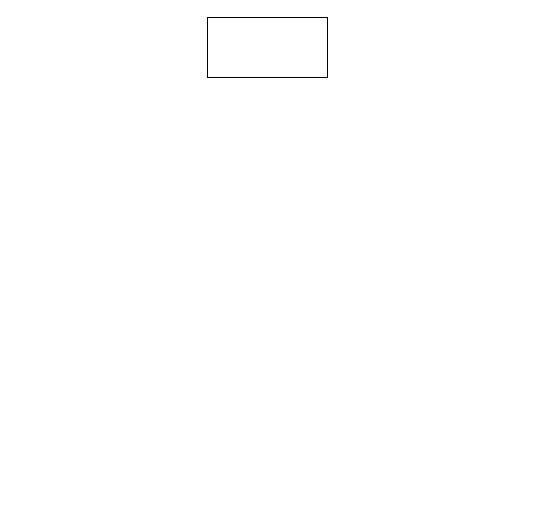
mohammedal-ess/ICS3U-Unit3-Unit3-05-Python keeps this draw.io diagram as TopDown.drawio. Above is the earlier version. Source tidied: cells renumbered, new cells numbered last; positions are measured from the earlier drawing's top-left corner, leaving out a move shared by most shapes. Both pictures are drawn from the tidied source at 100%, with x=0, y=0 at pixel (207, 17).
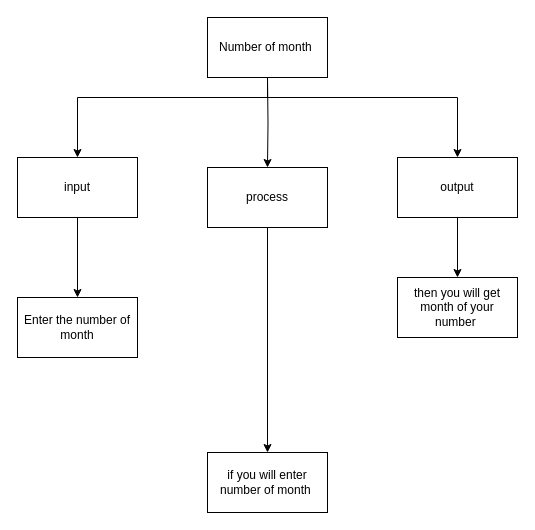
The same diagram, later.

What changed in the source:
```diff
@@
-    <mxCell id="2" style="rounded=0;whiteSpace=wrap;html=1;" parent="1" vertex="1">
+    <mxCell id="2" value="Number of month&amp;nbsp;" style="rounded=0;whiteSpace=wrap;html=1;" parent="1" vertex="1">
       <mxGeometry width="120" height="60" as="geometry" />
     </mxCell>
+    <mxCell id="3" style="edgeStyle=orthogonalEdgeStyle;html=1;entryX=0.5;entryY=0;entryDx=0;entryDy=0;rounded=0;" parent="1" edge="1" target="7">
+      <mxGeometry relative="1" as="geometry">
+        <mxPoint x="60" y="60" as="sourcePoint" />
+        <Array as="points">
+          <mxPoint x="60" y="80" />
+          <mxPoint x="-130" y="80" />
+        </Array>
+      </mxGeometry>
+    </mxCell>
+    <mxCell id="4" style="edgeStyle=orthogonalEdgeStyle;rounded=0;html=1;entryX=0.5;entryY=0;entryDx=0;entryDy=0;" parent="1" edge="1" target="11">
+      <mxGeometry relative="1" as="geometry">
+        <mxPoint x="60" y="60" as="sourcePoint" />
+        <Array as="points">
+          <mxPoint x="60" y="80" />
+          <mxPoint x="250" y="80" />
+        </Array>
+      </mxGeometry>
+    </mxCell>
+    <mxCell id="5" style="edgeStyle=orthogonalEdgeStyle;rounded=0;html=1;" parent="1" edge="1" target="9">
+      <mxGeometry relative="1" as="geometry">
+        <mxPoint x="60" y="60" as="sourcePoint" />
+      </mxGeometry>
+    </mxCell>
+    <mxCell id="6" style="edgeStyle=orthogonalEdgeStyle;rounded=0;html=1;entryX=0.5;entryY=0;entryDx=0;entryDy=0;" parent="1" edge="1" source="7" target="12">
+      <mxGeometry relative="1" as="geometry" />
+    </mxCell>
+    <mxCell id="7" value="input" style="rounded=0;whiteSpace=wrap;html=1;" parent="1" vertex="1">
+      <mxGeometry x="-190" y="140" width="120" height="60" as="geometry" />
+    </mxCell>
+    <mxCell id="8" style="edgeStyle=orthogonalEdgeStyle;rounded=0;html=1;entryX=0.5;entryY=0;entryDx=0;entryDy=0;" parent="1" edge="1" source="9" target="13">
+      <mxGeometry relative="1" as="geometry">
+        <Array as="points">
+          <mxPoint x="60" y="435" />
+        </Array>
+      </mxGeometry>
+    </mxCell>
+    <mxCell id="9" value="process&lt;br&gt;" style="rounded=0;whiteSpace=wrap;html=1;" parent="1" vertex="1">
+      <mxGeometry y="150" width="120" height="60" as="geometry" />
+    </mxCell>
+    <mxCell id="10" style="edgeStyle=orthogonalEdgeStyle;rounded=0;html=1;entryX=0.5;entryY=0;entryDx=0;entryDy=0;" parent="1" edge="1" source="11" target="14">
+      <mxGeometry relative="1" as="geometry" />
+    </mxCell>
+    <mxCell id="11" value="output" style="rounded=0;whiteSpace=wrap;html=1;" parent="1" vertex="1">
+      <mxGeometry x="190" y="140" width="120" height="60" as="geometry" />
+    </mxCell>
+    <mxCell id="12" value="Enter the number of month" style="rounded=0;whiteSpace=wrap;html=1;" parent="1" vertex="1">
+      <mxGeometry x="-190" y="280" width="120" height="60" as="geometry" />
+    </mxCell>
+    <mxCell id="13" value="if you will enter number of month&amp;nbsp;" style="rounded=0;whiteSpace=wrap;html=1;" parent="1" vertex="1">
+      <mxGeometry y="435" width="120" height="60" as="geometry" />
+    </mxCell>
+    <mxCell id="14" value="then you will get month of your number&amp;nbsp;" style="rounded=0;whiteSpace=wrap;html=1;" parent="1" vertex="1">
+      <mxGeometry x="190" y="260" width="120" height="60" as="geometry" />
+    </mxCell>
```
